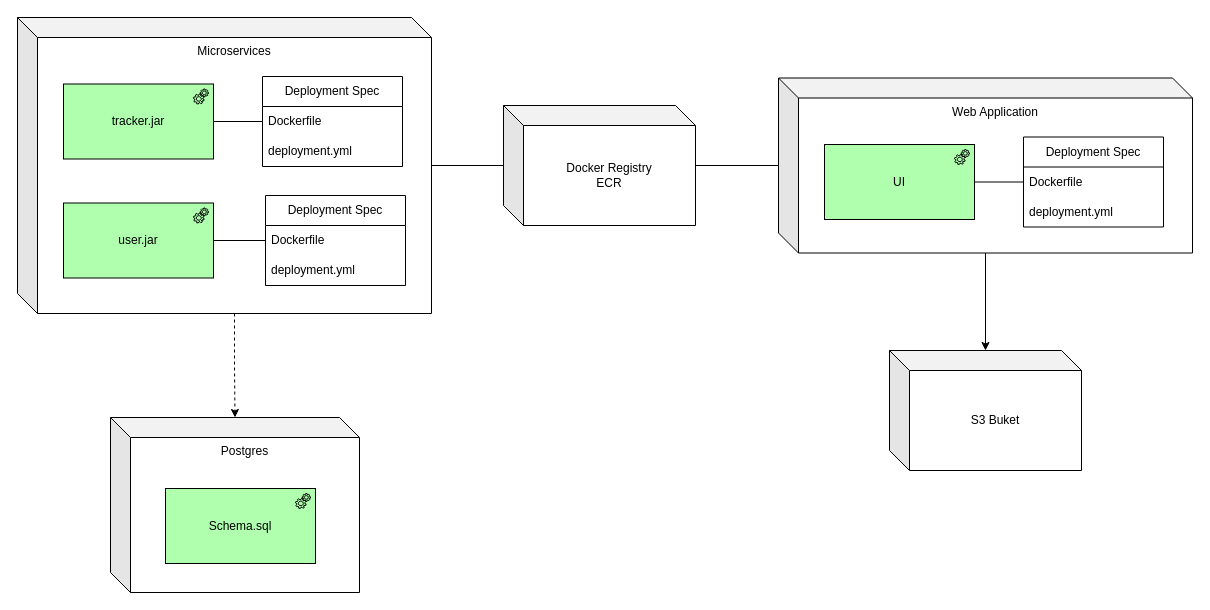
Before: page "deployment.app" (2 of 4) of poc-tracker/01.overall.architecture.drawio in codegik/architecture, a draw.io diagram. Source tidied: cells renumbered, new cells numbered last; positions are measured from the earlier drawing's top-left corner, leaving out a move shared by most shapes. Both pictures are drawn from the tidied source at 100%, with x=0, y=0 at pixel (17, 17).
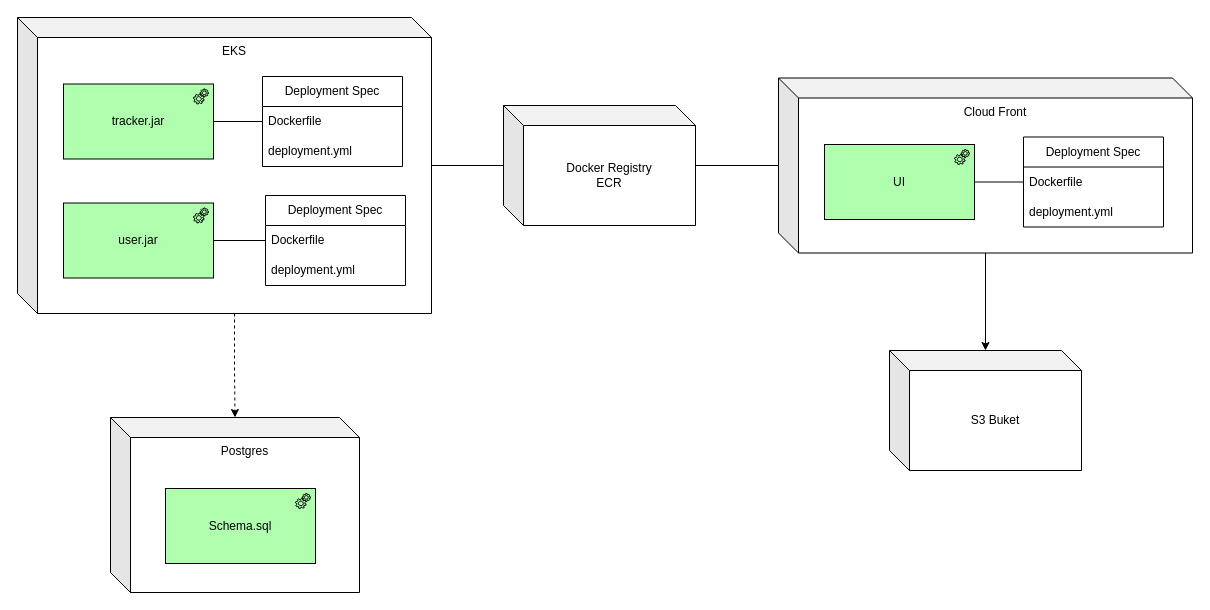
Above is the later version.

Diff of the diagram source:
```diff
@@
-    <mxCell id="3" value="Microservices" style="shape=cube;whiteSpace=wrap;html=1;boundedLbl=1;backgroundOutline=1;darkOpacity=0.05;darkOpacity2=0.1;verticalAlign=top;" parent="1" vertex="1">
+    <mxCell id="3" value="EKS" style="shape=cube;whiteSpace=wrap;html=1;boundedLbl=1;backgroundOutline=1;darkOpacity=0.05;darkOpacity2=0.1;verticalAlign=top;" parent="1" vertex="1">
       <mxGeometry width="414" height="296" as="geometry" />
     </mxCell>
@@
-    <mxCell id="12" value="Web Application" style="shape=cube;whiteSpace=wrap;html=1;boundedLbl=1;backgroundOutline=1;darkOpacity=0.05;darkOpacity2=0.1;verticalAlign=top;" parent="1" vertex="1">
+    <mxCell id="12" value="Cloud Front" style="shape=cube;whiteSpace=wrap;html=1;boundedLbl=1;backgroundOutline=1;darkOpacity=0.05;darkOpacity2=0.1;verticalAlign=top;" parent="1" vertex="1">
       <mxGeometry x="761" y="60.5" width="414" height="175" as="geometry" />
     </mxCell>
```
